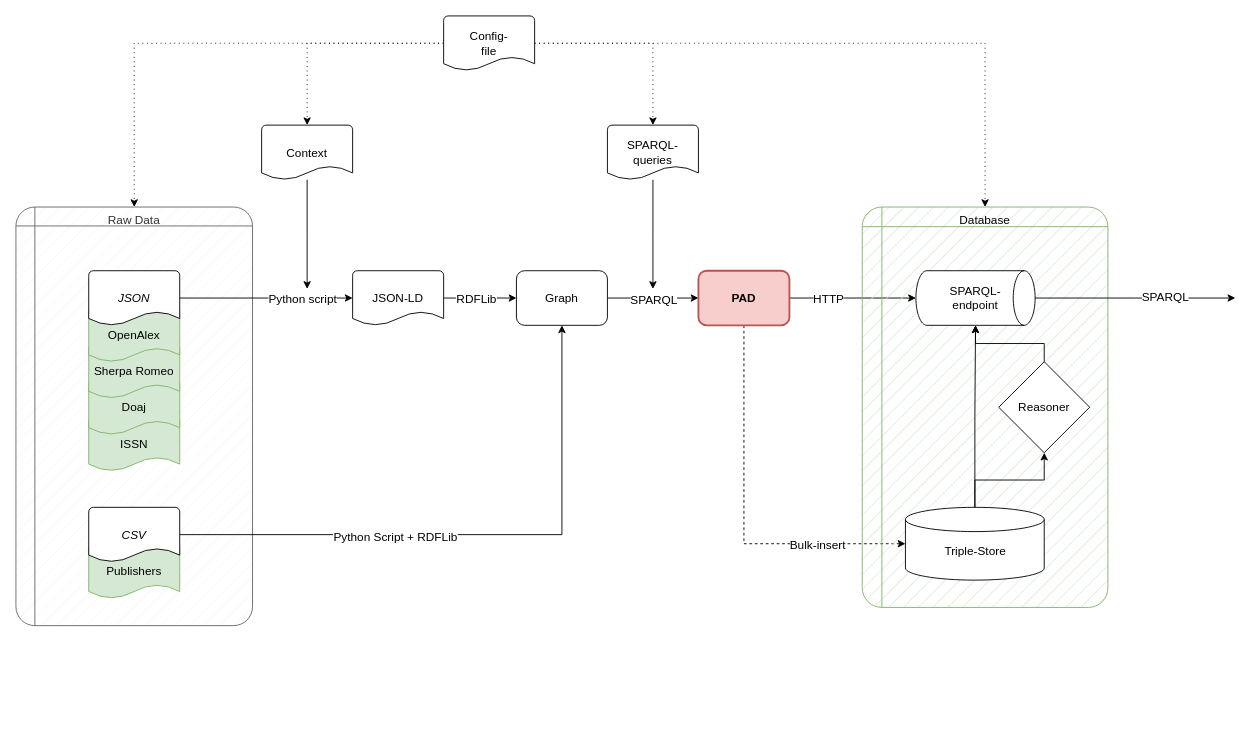
Before: page "Translation" (1 of 3) of docs/job_prototype.drawio in CWTSLeiden/Journal-Observatory-data, a draw.io diagram. Source tidied: cells renumbered, new cells numbered last; positions are measured from the earlier drawing's top-left corner, leaving out a move shared by most shapes. Both pictures are drawn from the tidied source at 91%, with x=0, y=0 at pixel (15, 15).
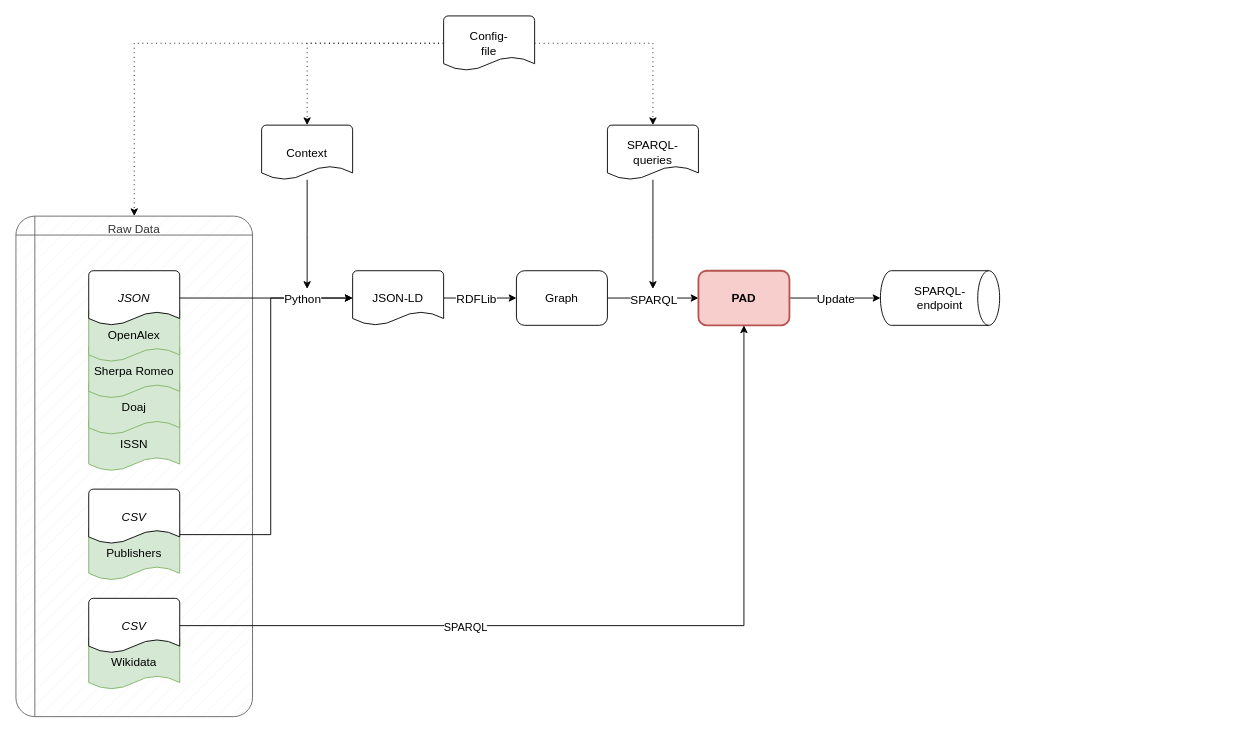
The same page after the edit.

The change refers to these unchanged cells:
```xml
<mxCell id="10" value="JSON-LD" style="strokeWidth=1;html=1;shape=mxgraph.flowchart.document2;whiteSpace=wrap;size=0.25;fontFamily=Helvetica;fontSize=13;fontStyle=0;" parent="1" vertex="1">
  <mxGeometry x="370" y="280" width="100" height="60" as="geometry" />
</mxCell>
<mxCell id="13" value="Graph" style="rounded=1;whiteSpace=wrap;html=1;fontFamily=Helvetica;fontSize=13;strokeWidth=1;fontStyle=0;" parent="1" vertex="1">
  <mxGeometry x="550" y="280" width="100" height="60" as="geometry" />
</mxCell>
<mxCell id="18" value="Config-&lt;br style=&quot;font-size: 13px;&quot;&gt;file" style="strokeWidth=1;html=1;shape=mxgraph.flowchart.document2;whiteSpace=wrap;size=0.25;fontFamily=Helvetica;fontSize=13;fontStyle=0;" parent="1" vertex="1">
  <mxGeometry x="470" width="100" height="60" as="geometry" />
</mxCell>
<mxCell id="20" style="edgeStyle=orthogonalEdgeStyle;rounded=0;jettySize=auto;html=1;fontFamily=Helvetica;fontSize=13;fontStyle=0;" parent="1" edge="1" source="24" target="29">
  <mxGeometry relative="1" as="geometry" />
</mxCell>
<mxCell id="24" value="PAD" style="rounded=1;whiteSpace=wrap;html=1;fontFamily=Helvetica;fontSize=13;strokeWidth=2;fontStyle=1;fillColor=#f8cecc;strokeColor=#b85450;" parent="1" vertex="1">
  <mxGeometry x="750" y="280" width="100" height="60" as="geometry" />
</mxCell>
<mxCell id="41" value="JSON" style="strokeWidth=1;html=1;shape=mxgraph.flowchart.document2;whiteSpace=wrap;size=0.25;fontFamily=Helvetica;fontSize=13;fontStyle=2;" parent="1" vertex="1">
  <mxGeometry x="80" y="280" width="100" height="60" as="geometry" />
</mxCell>
```

Change to the diagram source:
```diff
@@
     <mxCell id="2" value="&lt;div style=&quot;font-size: 13px;&quot;&gt;&lt;span style=&quot;background-color: initial; font-size: 13px;&quot;&gt;Raw Data&lt;/span&gt;&lt;/div&gt;" style="shape=internalStorage;whiteSpace=wrap;html=1;dx=15;dy=15;rounded=1;arcSize=8;strokeWidth=1;fontFamily=Helvetica;fontSize=13;align=center;verticalAlign=top;fillColor=#f5f5f5;fillStyle=hatch;strokeColor=#666666;fontColor=#333333;fontStyle=0;" parent="1" vertex="1">
-      <mxGeometry y="210" width="260" height="460" as="geometry" />
+      <mxGeometry y="220" width="260" height="550" as="geometry" />
     </mxCell>
     <mxCell id="3" value="Publishers" style="strokeWidth=1;html=1;shape=mxgraph.flowchart.document2;whiteSpace=wrap;size=0.25;fontFamily=Helvetica;fontSize=13;fontStyle=0;fillColor=#d5e8d4;strokeColor=#82b366;" parent="1" vertex="1">
-      <mxGeometry x="80" y="580" width="100" height="60" as="geometry" />
+      <mxGeometry x="80" y="560" width="100" height="60" as="geometry" />
     </mxCell>
-    <mxCell id="4" style="edgeStyle=orthogonalEdgeStyle;rounded=0;jettySize=auto;html=1;fontFamily=Helvetica;fontSize=13;fontStyle=0;" parent="1" edge="1" source="41" target="10">
-      <mxGeometry relative="1" as="geometry" />
-    </mxCell>
-    <mxCell id="5" value="Python script" style="edgeLabel;html=1;align=center;verticalAlign=middle;fontSize=13;fontFamily=Helvetica;fontStyle=0;" parent="4" vertex="1">
-      <mxGeometry x="0.3" relative="1" as="geometry">
-        <mxPoint x="10" as="offset" />
-      </mxGeometry>
-    </mxCell>
@@
-    <mxCell id="15" style="edgeStyle=orthogonalEdgeStyle;rounded=0;jettySize=auto;html=1;dashed=1;fontFamily=Helvetica;fontSize=13;dashPattern=1 4;fontStyle=0;" parent="1" edge="1" source="18" target="27">
-      <mxGeometry relative="1" as="geometry" />
-    </mxCell>
@@
-    <mxCell id="21" value="HTTP" style="edgeLabel;html=1;align=center;verticalAlign=middle;fontSize=13;fontFamily=Helvetica;fontStyle=0;" parent="20" vertex="1">
+    <mxCell id="21" value="Update" style="edgeLabel;html=1;align=center;verticalAlign=middle;fontSize=13;fontFamily=Helvetica;fontStyle=0;" parent="20" vertex="1">
       <mxGeometry x="-0.25" y="2" relative="1" as="geometry">
-        <mxPoint x="-10" y="2" as="offset" />
+        <mxPoint x="12" y="2" as="offset" />
       </mxGeometry>
     </mxCell>
-    <mxCell id="22" style="edgeStyle=orthogonalEdgeStyle;rounded=0;jettySize=auto;html=1;fontFamily=Helvetica;fontSize=13;dashed=1;fontStyle=0;" parent="1" edge="1" source="24" target="28">
-      <mxGeometry relative="1" as="geometry">
-        <Array as="points">
-          <mxPoint x="800" y="580" />
-        </Array>
-      </mxGeometry>
-    </mxCell>
-    <mxCell id="23" value="Bulk-insert" style="edgeLabel;html=1;align=center;verticalAlign=middle;fontSize=13;fontFamily=Helvetica;fontStyle=0;" parent="22" vertex="1">
-      <mxGeometry x="0.13" y="-3" relative="1" as="geometry">
-        <mxPoint x="83" y="4" as="offset" />
-      </mxGeometry>
-    </mxCell>
@@
-    <mxCell id="26" style="group;fontSize=13;fontStyle=0;" parent="1" vertex="1">
-      <mxGeometry x="930" y="210" width="270" height="440" as="geometry" />
-    </mxCell>
-    <mxCell id="27" value="&lt;div style=&quot;font-size: 13px;&quot;&gt;&lt;span style=&quot;background-color: initial; font-size: 13px;&quot;&gt;Database&lt;/span&gt;&lt;/div&gt;" style="shape=internalStorage;whiteSpace=wrap;html=1;dx=15;dy=15;rounded=1;arcSize=8;strokeWidth=1;fontFamily=Helvetica;fontSize=13;align=center;verticalAlign=top;fillColor=#d5e8d4;fillStyle=hatch;strokeColor=#82b366;fontStyle=0;" parent="26" vertex="1">
-      <mxGeometry width="270" height="440" as="geometry" />
-    </mxCell>
-    <mxCell id="28" value="&lt;br style=&quot;font-size: 13px;&quot;&gt;Triple-Store" style="strokeWidth=1;html=1;shape=mxgraph.flowchart.database;whiteSpace=wrap;fontFamily=Helvetica;fontSize=13;fontStyle=0;" parent="26" vertex="1">
-      <mxGeometry x="47.5" y="330" width="152.5" height="80" as="geometry" />
-    </mxCell>
-    <mxCell id="29" value="SPARQL-&lt;br style=&quot;font-size: 13px;&quot;&gt;endpoint" style="strokeWidth=1;html=1;shape=mxgraph.flowchart.direct_data;whiteSpace=wrap;fontFamily=Helvetica;fontSize=13;fillColor=default;fontStyle=0;" parent="26" vertex="1">
-      <mxGeometry x="59" y="70" width="131" height="60" as="geometry" />
-    </mxCell>
-    <mxCell id="30" style="edgeStyle=orthogonalEdgeStyle;rounded=0;jettySize=auto;html=1;fontFamily=Helvetica;fontSize=13;fontStyle=0;" parent="26" edge="1" source="28" target="29">
-      <mxGeometry relative="1" as="geometry" />
-    </mxCell>
-    <mxCell id="31" style="rounded=0;jettySize=auto;html=1;fontFamily=Helvetica;fontSize=13;edgeStyle=orthogonalEdgeStyle;fontStyle=0;" parent="26" edge="1" source="32" target="29">
-      <mxGeometry relative="1" as="geometry" />
-    </mxCell>
-    <mxCell id="32" value="Reasoner" style="strokeWidth=1;html=1;shape=mxgraph.flowchart.decision;whiteSpace=wrap;fillStyle=auto;fontFamily=Helvetica;fontSize=13;fontStyle=0;" parent="26" vertex="1">
-      <mxGeometry x="150" y="170" width="100" height="100" as="geometry" />
-    </mxCell>
-    <mxCell id="33" style="rounded=0;jettySize=auto;html=1;fontFamily=Helvetica;fontSize=13;edgeStyle=orthogonalEdgeStyle;fontStyle=0;" parent="26" edge="1" source="28" target="32">
-      <mxGeometry relative="1" as="geometry" />
-    </mxCell>
-    <mxCell id="34" style="edgeStyle=orthogonalEdgeStyle;rounded=0;jettySize=auto;html=1;fontFamily=Helvetica;fontSize=13;fontStyle=0;" parent="1" edge="1" source="36" target="13">
+    <mxCell id="34" style="edgeStyle=orthogonalEdgeStyle;rounded=0;jettySize=auto;html=1;fontFamily=Helvetica;fontSize=13;fontStyle=0;" parent="1" edge="1" source="36" target="10">
       <mxGeometry relative="1" as="geometry">
         <Array as="points">
-          <mxPoint x="600" y="570" />
+          <mxPoint x="280" y="570" />
+          <mxPoint x="280" y="310" />
         </Array>
       </mxGeometry>
     </mxCell>
-    <mxCell id="35" value="Python Script + RDFLib" style="edgeLabel;html=1;align=center;verticalAlign=middle;fontSize=13;fontFamily=Helvetica;fontStyle=0;" parent="34" vertex="1">
-      <mxGeometry x="-0.52" y="-1" relative="1" as="geometry">
-        <mxPoint x="80" as="offset" />
-      </mxGeometry>
-    </mxCell>
     <mxCell id="36" value="CSV" style="strokeWidth=1;html=1;shape=mxgraph.flowchart.document2;whiteSpace=wrap;size=0.25;fontFamily=Helvetica;fontSize=13;fontStyle=2;" parent="1" vertex="1">
-      <mxGeometry x="80" y="540" width="100" height="60" as="geometry" />
+      <mxGeometry x="80" y="520" width="100" height="60" as="geometry" />
     </mxCell>
@@
-    <mxCell id="42" style="edgeStyle=orthogonalEdgeStyle;rounded=0;jettySize=auto;html=1;fontSize=13;" parent="1" edge="1" source="29">
-      <mxGeometry relative="1" as="geometry">
-        <mxPoint x="1340" y="310" as="targetPoint" />
-      </mxGeometry>
-    </mxCell>
+    <mxCell id="44" value="Wikidata" style="strokeWidth=1;html=1;shape=mxgraph.flowchart.document2;whiteSpace=wrap;size=0.25;fontFamily=Helvetica;fontSize=13;fontStyle=0;fillColor=#d5e8d4;strokeColor=#82b366;" parent="1" vertex="1">
+      <mxGeometry x="80" y="680" width="100" height="60" as="geometry" />
+    </mxCell>
+    <mxCell id="45" style="edgeStyle=orthogonalEdgeStyle;rounded=0;jettySize=auto;html=1;" parent="1" edge="1" source="46" target="24">
+      <mxGeometry relative="1" as="geometry" />
+    </mxCell>
-    <mxCell id="43" value="SPARQL" style="edgeLabel;html=1;align=center;verticalAlign=middle;fontSize=13;" parent="42" vertex="1">
-      <mxGeometry x="0.3" y="2" relative="1" as="geometry" />
+    <mxCell id="43" value="SPARQL" style="edgeLabel;html=1;align=center;verticalAlign=middle;fontSize=12;" parent="45" vertex="1">
+      <mxGeometry x="-0.34" y="-1" relative="1" as="geometry" />
     </mxCell>
+    <mxCell id="46" value="CSV" style="strokeWidth=1;html=1;shape=mxgraph.flowchart.document2;whiteSpace=wrap;size=0.25;fontFamily=Helvetica;fontSize=13;fontStyle=2;" parent="1" vertex="1">
+      <mxGeometry x="80" y="640" width="100" height="60" as="geometry" />
+    </mxCell>
+    <mxCell id="29" value="SPARQL-&lt;br style=&quot;font-size: 13px;&quot;&gt;endpoint" style="strokeWidth=1;html=1;shape=mxgraph.flowchart.direct_data;whiteSpace=wrap;fontFamily=Helvetica;fontSize=13;fillColor=default;fontStyle=0;" parent="1" vertex="1">
+      <mxGeometry x="950" y="280" width="131" height="60" as="geometry" />
+    </mxCell>
+    <mxCell id="4" style="edgeStyle=orthogonalEdgeStyle;rounded=0;jettySize=auto;html=1;fontFamily=Helvetica;fontSize=13;fontStyle=0;" parent="1" edge="1" source="41" target="10">
+      <mxGeometry relative="1" as="geometry" />
+    </mxCell>
+    <mxCell id="5" value="Python" style="edgeLabel;html=1;align=center;verticalAlign=middle;fontSize=13;fontFamily=Helvetica;fontStyle=0;" parent="4" vertex="1">
+      <mxGeometry x="0.3" relative="1" as="geometry">
+        <mxPoint x="10" as="offset" />
+      </mxGeometry>
+    </mxCell>
```
